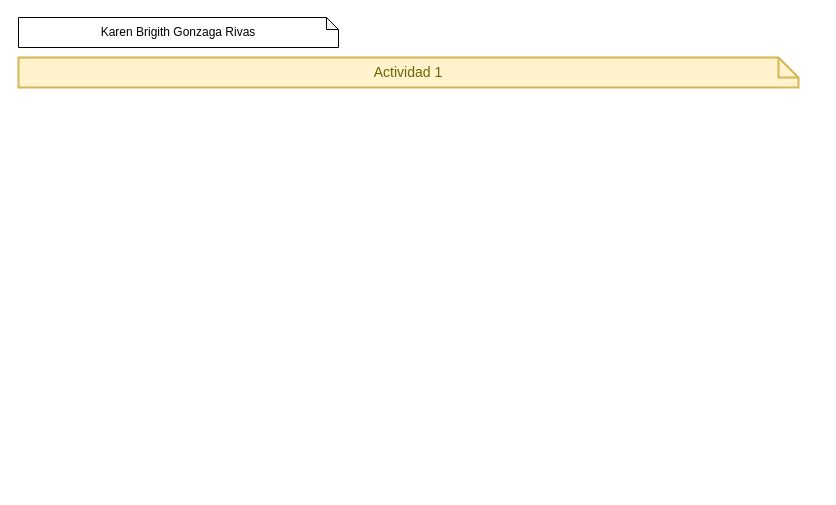
KBGR55/DIAGRAMAS keeps this draw.io diagram as CICLO 3/Diagrama de clases/EvaluacionPractica1/EvaluacionPractica1.drawio. Above is the earlier version. Source tidied: cells renumbered, new cells numbered last; positions are measured from the earlier drawing's top-left corner, leaving out a move shared by most shapes. Both pictures are drawn from the tidied source at 100%, with x=0, y=0 at pixel (18, 17).
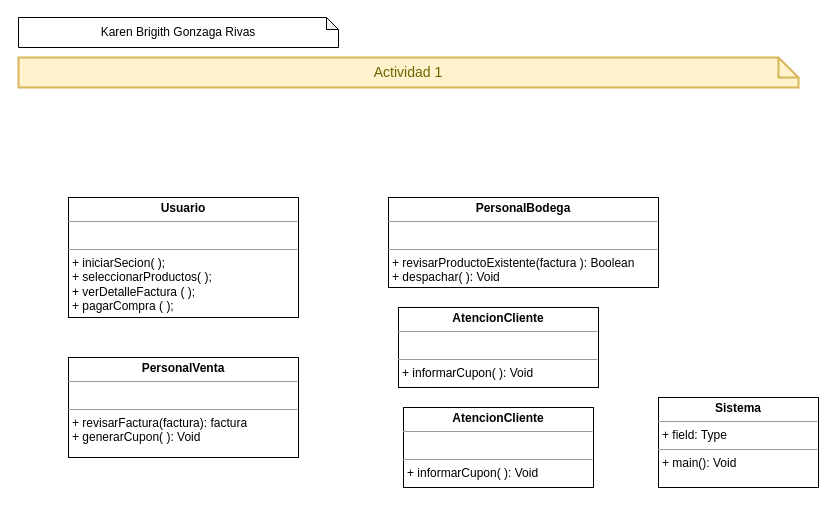
After the change.

Diff of the diagram source:
```diff
@@
 <mxGraphModel>
   <root>
     <mxCell id="0" />
     <mxCell id="1" parent="0" />
     <mxCell id="2" value="Karen Brigith Gonzaga Rivas" style="shape=note;whiteSpace=wrap;html=1;backgroundOutline=1;darkOpacity=0.05;size=12;" parent="1" vertex="1">
       <mxGeometry width="320" height="30" as="geometry" />
     </mxCell>
     <mxCell id="3" value="Actividad 1" style="shape=note;strokeWidth=2;fontSize=14;size=20;whiteSpace=wrap;html=1;fillColor=#fff2cc;strokeColor=#d6b656;fontColor=#666600;" parent="1" vertex="1">
       <mxGeometry y="40" width="780" height="30" as="geometry" />
     </mxCell>
+    <mxCell id="4" value="&lt;p style=&quot;margin:0px;margin-top:4px;text-align:center;&quot;&gt;&lt;b&gt;Usuario&lt;/b&gt;&lt;/p&gt;&lt;hr size=&quot;1&quot;&gt;&lt;p style=&quot;margin:0px;margin-left:4px;&quot;&gt;&lt;br&gt;&lt;/p&gt;&lt;hr size=&quot;1&quot;&gt;&lt;p style=&quot;margin:0px;margin-left:4px;&quot;&gt;+ iniciarSecion( );&lt;br&gt;+ seleccionarProductos( );&lt;/p&gt;&lt;p style=&quot;margin:0px;margin-left:4px;&quot;&gt;+ verDetalleFactura ( );&lt;/p&gt;&lt;p style=&quot;margin:0px;margin-left:4px;&quot;&gt;+ pagarCompra ( );&lt;/p&gt;&lt;p style=&quot;margin:0px;margin-left:4px;&quot;&gt;&lt;br&gt;&lt;/p&gt;" style="verticalAlign=top;align=left;overflow=fill;fontSize=12;fontFamily=Helvetica;html=1;" parent="1" vertex="1">
+      <mxGeometry x="50" y="180" width="230" height="120" as="geometry" />
+    </mxCell>
+    <mxCell id="5" value="&lt;p style=&quot;margin:0px;margin-top:4px;text-align:center;&quot;&gt;&lt;b&gt;PersonalVenta&lt;/b&gt;&lt;/p&gt;&lt;hr size=&quot;1&quot;&gt;&lt;p style=&quot;margin:0px;margin-left:4px;&quot;&gt;&lt;br&gt;&lt;/p&gt;&lt;hr size=&quot;1&quot;&gt;&lt;p style=&quot;margin:0px;margin-left:4px;&quot;&gt;+ revisarFactura(factura): factura&lt;br&gt;+ generarCupon( ): Void&lt;/p&gt;" style="verticalAlign=top;align=left;overflow=fill;fontSize=12;fontFamily=Helvetica;html=1;" parent="1" vertex="1">
+      <mxGeometry x="50" y="340" width="230" height="100" as="geometry" />
+    </mxCell>
+    <mxCell id="6" value="&lt;p style=&quot;margin:0px;margin-top:4px;text-align:center;&quot;&gt;&lt;b&gt;AtencionCliente&lt;/b&gt;&lt;/p&gt;&lt;hr size=&quot;1&quot;&gt;&lt;p style=&quot;margin:0px;margin-left:4px;&quot;&gt;&lt;br&gt;&lt;/p&gt;&lt;hr size=&quot;1&quot;&gt;&lt;p style=&quot;margin:0px;margin-left:4px;&quot;&gt;+ informarCupon( ): Void&lt;/p&gt;" style="verticalAlign=top;align=left;overflow=fill;fontSize=12;fontFamily=Helvetica;html=1;" parent="1" vertex="1">
+      <mxGeometry x="380" y="290" width="200" height="80" as="geometry" />
+    </mxCell>
+    <mxCell id="7" value="&lt;p style=&quot;margin:0px;margin-top:4px;text-align:center;&quot;&gt;&lt;b&gt;PersonalBodega&lt;/b&gt;&lt;/p&gt;&lt;hr size=&quot;1&quot;&gt;&lt;p style=&quot;margin:0px;margin-left:4px;&quot;&gt;&lt;br&gt;&lt;/p&gt;&lt;hr size=&quot;1&quot;&gt;&lt;p style=&quot;margin:0px;margin-left:4px;&quot;&gt;+ revisarProductoExistente(factura ): Boolean&lt;br&gt;&lt;/p&gt;&lt;p style=&quot;margin:0px;margin-left:4px;&quot;&gt;+ despachar( ): Void&lt;br&gt;&lt;/p&gt;" style="verticalAlign=top;align=left;overflow=fill;fontSize=12;fontFamily=Helvetica;html=1;" parent="1" vertex="1">
+      <mxGeometry x="370" y="180" width="270" height="90" as="geometry" />
+    </mxCell>
+    <mxCell id="8" value="&lt;p style=&quot;margin:0px;margin-top:4px;text-align:center;&quot;&gt;&lt;b&gt;AtencionCliente&lt;/b&gt;&lt;/p&gt;&lt;hr size=&quot;1&quot;&gt;&lt;p style=&quot;margin:0px;margin-left:4px;&quot;&gt;&lt;br&gt;&lt;/p&gt;&lt;hr size=&quot;1&quot;&gt;&lt;p style=&quot;margin:0px;margin-left:4px;&quot;&gt;+ informarCupon( ): Void&lt;/p&gt;" style="verticalAlign=top;align=left;overflow=fill;fontSize=12;fontFamily=Helvetica;html=1;" parent="1" vertex="1">
+      <mxGeometry x="385" y="390" width="190" height="80" as="geometry" />
+    </mxCell>
+    <mxCell id="9" value="&lt;p style=&quot;margin:0px;margin-top:4px;text-align:center;&quot;&gt;&lt;b&gt;Sistema&lt;/b&gt;&lt;/p&gt;&lt;hr size=&quot;1&quot;&gt;&lt;p style=&quot;margin:0px;margin-left:4px;&quot;&gt;+ field: Type&lt;/p&gt;&lt;hr size=&quot;1&quot;&gt;&lt;p style=&quot;margin:0px;margin-left:4px;&quot;&gt;+ main(): Void&lt;/p&gt;" style="verticalAlign=top;align=left;overflow=fill;fontSize=12;fontFamily=Helvetica;html=1;" parent="1" vertex="1">
+      <mxGeometry x="640" y="380" width="160" height="90" as="geometry" />
+    </mxCell>
   </root>
 </mxGraphModel>
```
